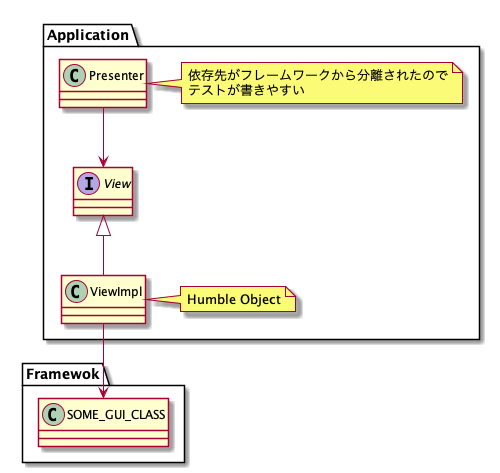
This is src/assets/humble.png from yewton/kanpro, a PlantUML export, as it was before one commit. The source it was exported from:
```plantuml
@startuml

package Framewok {
    class SOME_GUI_CLASS
}

package Application {
    interface View
    class ViewImpl
    note right: Humble Object
    class Presenter
    note right: 依存先がフレームワークから分離されたので\nテストが書きやすい
}

ViewImpl --> SOME_GUI_CLASS
View <|-- ViewImpl
Presenter --> View


@enduml
```
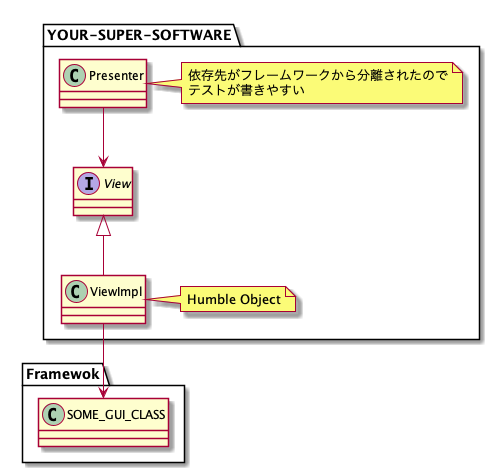
Above is the later version.

Diff of the diagram source:
```diff
@@ -4,7 +4,7 @@
     class SOME_GUI_CLASS
 }
 
-package Application {
+package YOUR-SUPER-SOFTWARE {
     interface View
     class ViewImpl
     note right: Humble Object
```
